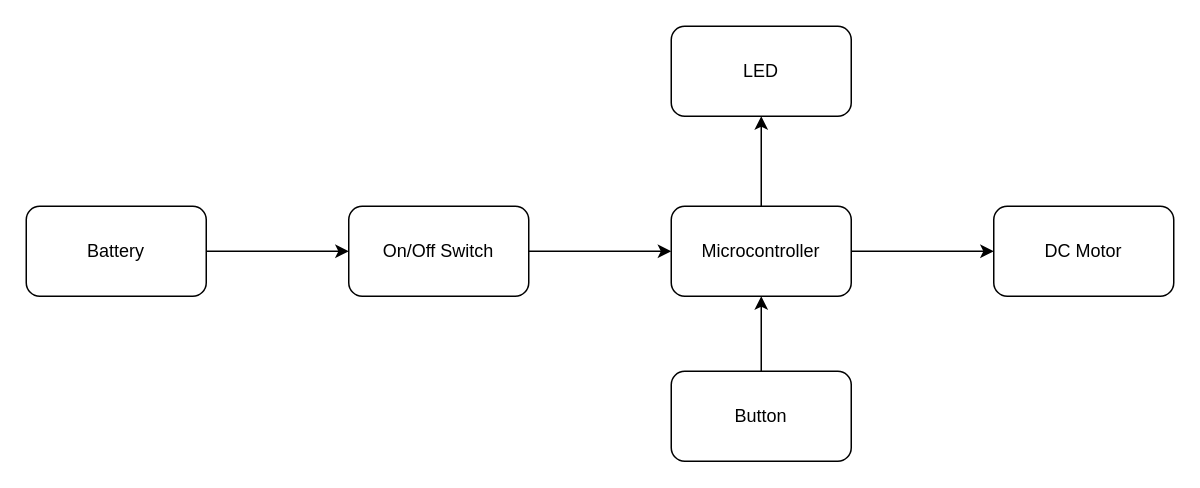
Before: schematics/electronics.drawio in pcg02/Electric-Brush, a draw.io diagram. Source tidied: cells renumbered, new cells numbered last; positions are measured from the earlier drawing's top-left corner, leaving out a move shared by most shapes. Both pictures are drawn from the tidied source at 150%, with x=0, y=0 at pixel (26, 26).
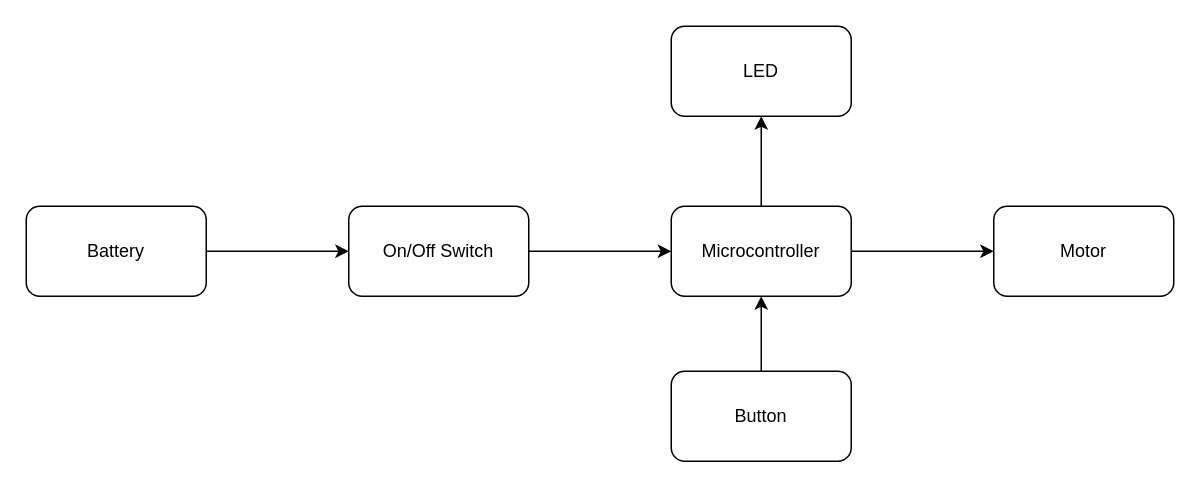
The same page after the edit.

Commit message (it also covers changes not shown here):
Corrected DC Motor to Motor in documentation. Added possibility for vibration motors and DC motors

Diff of the diagram source:
```diff
@@
 <mxGraphModel>
   <root>
     <mxCell id="0" />
     <mxCell id="1" parent="0" />
     <mxCell id="2" style="edgeStyle=orthogonalEdgeStyle;html=1;entryX=0;entryY=0.5;entryDx=0;entryDy=0;" parent="1" edge="1" source="3" target="8">
       <mxGeometry relative="1" as="geometry" />
     </mxCell>
     <mxCell id="3" value="Battery" style="rounded=1;whiteSpace=wrap;html=1;roundedPerimeter=1;" parent="1" vertex="1">
       <mxGeometry y="120" width="120" height="60" as="geometry" />
     </mxCell>
     <mxCell id="4" style="edgeStyle=none;html=1;entryX=0.5;entryY=1;entryDx=0;entryDy=0;" parent="1" edge="1" source="6" target="9">
       <mxGeometry relative="1" as="geometry" />
     </mxCell>
     <mxCell id="5" style="edgeStyle=none;html=1;entryX=0;entryY=0.5;entryDx=0;entryDy=0;" parent="1" edge="1" source="6" target="10">
       <mxGeometry relative="1" as="geometry" />
     </mxCell>
     <mxCell id="6" value="Microcontroller" style="rounded=1;whiteSpace=wrap;html=1;roundedPerimeter=1;" parent="1" vertex="1">
       <mxGeometry x="430" y="120" width="120" height="60" as="geometry" />
     </mxCell>
     <mxCell id="7" style="edgeStyle=orthogonalEdgeStyle;html=1;entryX=0;entryY=0.5;entryDx=0;entryDy=0;" parent="1" edge="1" source="8" target="6">
       <mxGeometry relative="1" as="geometry" />
     </mxCell>
     <mxCell id="8" value="On/Off Switch" style="rounded=1;whiteSpace=wrap;html=1;roundedPerimeter=1;" parent="1" vertex="1">
       <mxGeometry x="215" y="120" width="120" height="60" as="geometry" />
     </mxCell>
     <mxCell id="9" value="LED" style="rounded=1;whiteSpace=wrap;html=1;roundedPerimeter=1;" parent="1" vertex="1">
       <mxGeometry x="430" width="120" height="60" as="geometry" />
     </mxCell>
-    <mxCell id="10" value="DC Motor" style="rounded=1;whiteSpace=wrap;html=1;roundedPerimeter=1;" parent="1" vertex="1">
+    <mxCell id="10" value="&lt;div&gt;&lt;span style=&quot;background-color: transparent;&quot;&gt;Motor&lt;/span&gt;&lt;/div&gt;" style="rounded=1;whiteSpace=wrap;html=1;roundedPerimeter=1;" parent="1" vertex="1">
       <mxGeometry x="645" y="120" width="120" height="60" as="geometry" />
     </mxCell>
     <mxCell id="11" style="edgeStyle=none;html=1;" parent="1" edge="1" source="12" target="6">
       <mxGeometry relative="1" as="geometry" />
     </mxCell>
     <mxCell id="12" value="Button" style="rounded=1;whiteSpace=wrap;html=1;roundedPerimeter=1;" parent="1" vertex="1">
       <mxGeometry x="430" y="230" width="120" height="60" as="geometry" />
     </mxCell>
   </root>
 </mxGraphModel>
```
